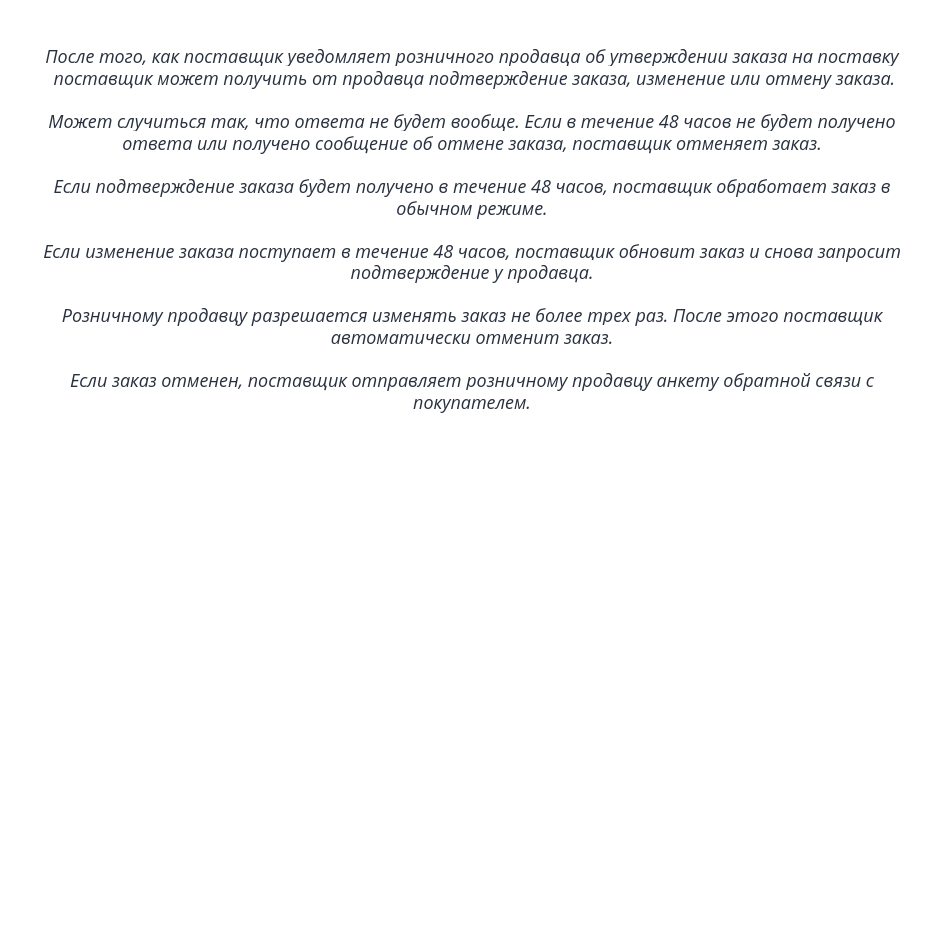
Above: bpmn-hw-2.drawio in rmastodon0603/itstep_course_uml (draw.io), before the change. Source tidied: cells renumbered, new cells numbered last; positions are measured from the earlier drawing's top-left corner, leaving out a move shared by most shapes. Both pictures are drawn from the tidied source at 100%, with x=0, y=0 at pixel (17, 200).
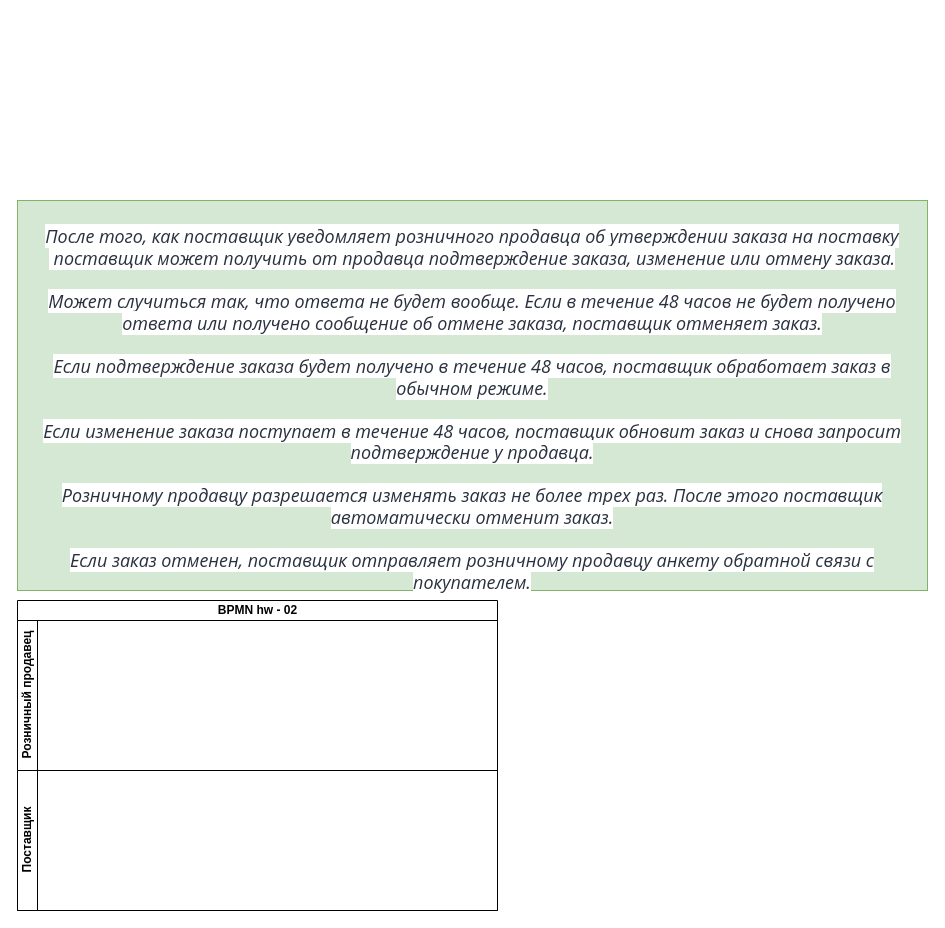
Above is the later version.

Change to the diagram source:
```diff
@@
 <mxGraphModel>
   <root>
     <mxCell id="0" />
     <mxCell id="1" parent="0" />
-    <mxCell id="2" value="&lt;br&gt;&lt;br&gt;&lt;span style=&quot;color: rgb(41 , 49 , 63) ; font-family: &amp;#34;segoe ui&amp;#34; ; font-size: 18px ; font-style: italic ; font-weight: 400 ; letter-spacing: normal ; text-align: left ; text-indent: 0px ; text-transform: none ; word-spacing: 0px ; background-color: rgb(255 , 255 , 255) ; display: inline ; float: none&quot;&gt;После того, как поставщик уведомляет розничного продавца об утверждении заказа на поставку&lt;br&gt;&amp;nbsp;поставщик может получить от продавца подтверждение заказа, изменение или отмену заказа. &lt;br&gt;&lt;br&gt;Может случиться так, что ответа не будет вообще. Если в течение 48 часов не будет получено ответа или получено сообщение об отмене заказа, поставщик отменяет заказ. &lt;br&gt;&lt;br&gt;Если подтверждение заказа будет получено в течение 48 часов, поставщик обработает заказ в обычном режиме. &lt;br&gt;&lt;br&gt;Если изменение заказа поступает в течение 48 часов, поставщик обновит заказ и снова запросит подтверждение у продавца. &lt;br&gt;&lt;br&gt;Розничному продавцу разрешается изменять заказ не более трех раз. После этого поставщик автоматически отменит заказ. &lt;br&gt;&lt;br&gt;Если заказ отменен, поставщик отправляет розничному продавцу анкету обратной связи с покупателем.&lt;/span&gt;&lt;br&gt;" style="text;html=1;strokeColor=none;fillColor=none;align=center;verticalAlign=middle;whiteSpace=wrap;rounded=0;" parent="1" vertex="1">
-      <mxGeometry width="910" height="30" as="geometry" />
+    <mxCell id="2" value="&lt;br&gt;&lt;br&gt;&lt;span style=&quot;color: rgb(41 , 49 , 63) ; font-family: &amp;#34;segoe ui&amp;#34; ; font-size: 18px ; font-style: italic ; font-weight: 400 ; letter-spacing: normal ; text-align: left ; text-indent: 0px ; text-transform: none ; word-spacing: 0px ; background-color: rgb(255 , 255 , 255) ; display: inline ; float: none&quot;&gt;После того, как поставщик уведомляет розничного продавца об утверждении заказа на поставку&lt;br&gt;&amp;nbsp;поставщик может получить от продавца подтверждение заказа, изменение или отмену заказа. &lt;br&gt;&lt;br&gt;Может случиться так, что ответа не будет вообще. Если в течение 48 часов не будет получено ответа или получено сообщение об отмене заказа, поставщик отменяет заказ. &lt;br&gt;&lt;br&gt;Если подтверждение заказа будет получено в течение 48 часов, поставщик обработает заказ в обычном режиме. &lt;br&gt;&lt;br&gt;Если изменение заказа поступает в течение 48 часов, поставщик обновит заказ и снова запросит подтверждение у продавца. &lt;br&gt;&lt;br&gt;Розничному продавцу разрешается изменять заказ не более трех раз. После этого поставщик автоматически отменит заказ. &lt;br&gt;&lt;br&gt;Если заказ отменен, поставщик отправляет розничному продавцу анкету обратной связи с покупателем.&lt;/span&gt;&lt;br&gt;" style="text;html=1;strokeColor=#82b366;fillColor=#d5e8d4;align=center;verticalAlign=middle;whiteSpace=wrap;rounded=0;" parent="1" vertex="1">
+      <mxGeometry width="910" height="390" as="geometry" />
     </mxCell>
+    <mxCell id="3" value="BPMN hw - 02" style="swimlane;html=1;horizontal=1;startSize=20;" parent="1" vertex="1">
+      <mxGeometry y="400" width="480" height="310" as="geometry" />
+    </mxCell>
+    <mxCell id="4" value="Розничный продавец" style="swimlane;html=1;startSize=20;horizontal=0;" parent="3" vertex="1">
+      <mxGeometry y="20" width="480" height="150" as="geometry" />
+    </mxCell>
+    <mxCell id="5" value="Поставщик" style="swimlane;html=1;startSize=20;horizontal=0;" parent="3" vertex="1">
+      <mxGeometry y="170" width="480" height="140" as="geometry" />
+    </mxCell>
   </root>
 </mxGraphModel>
```
